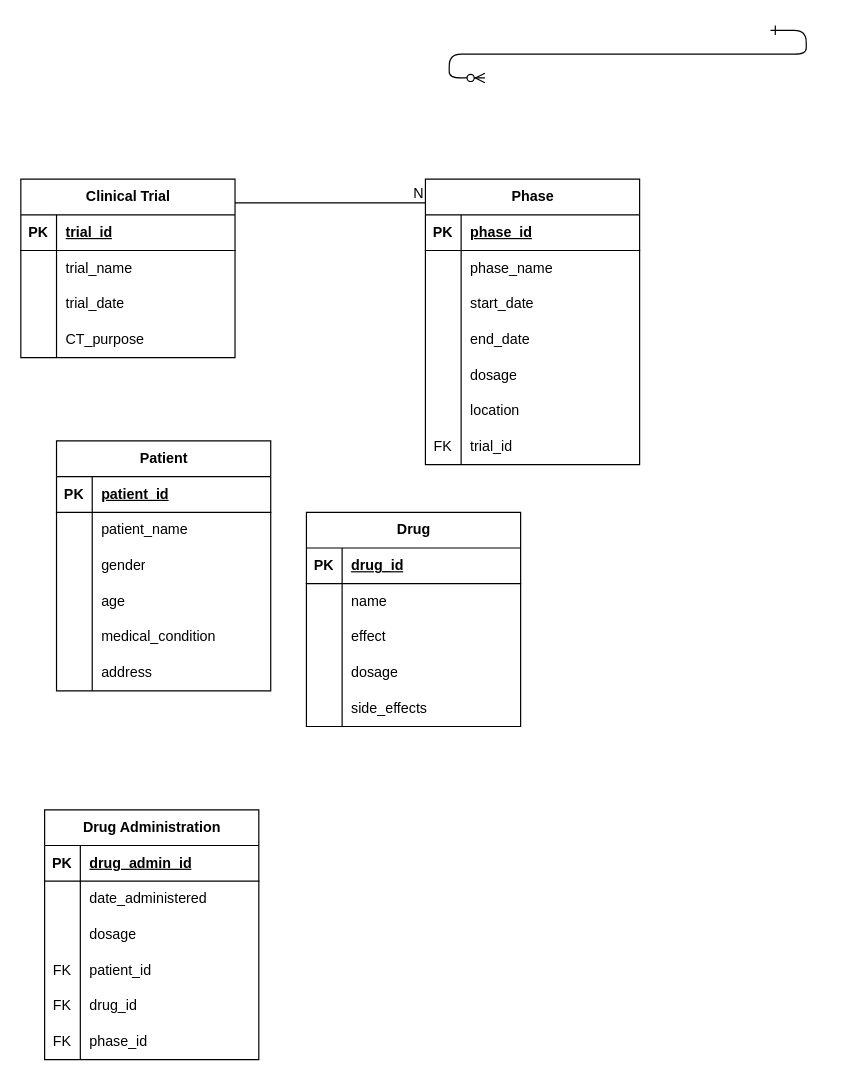
Daon312/githubtest keeps this draw.io diagram as 제목 없는 다이어그램.drawio. Above is the earlier version. Source tidied: cells renumbered, new cells numbered last; positions are measured from the earlier drawing's top-left corner, leaving out a move shared by most shapes. Both pictures are drawn from the tidied source at 119%, with x=0, y=0 at pixel (20, 30).
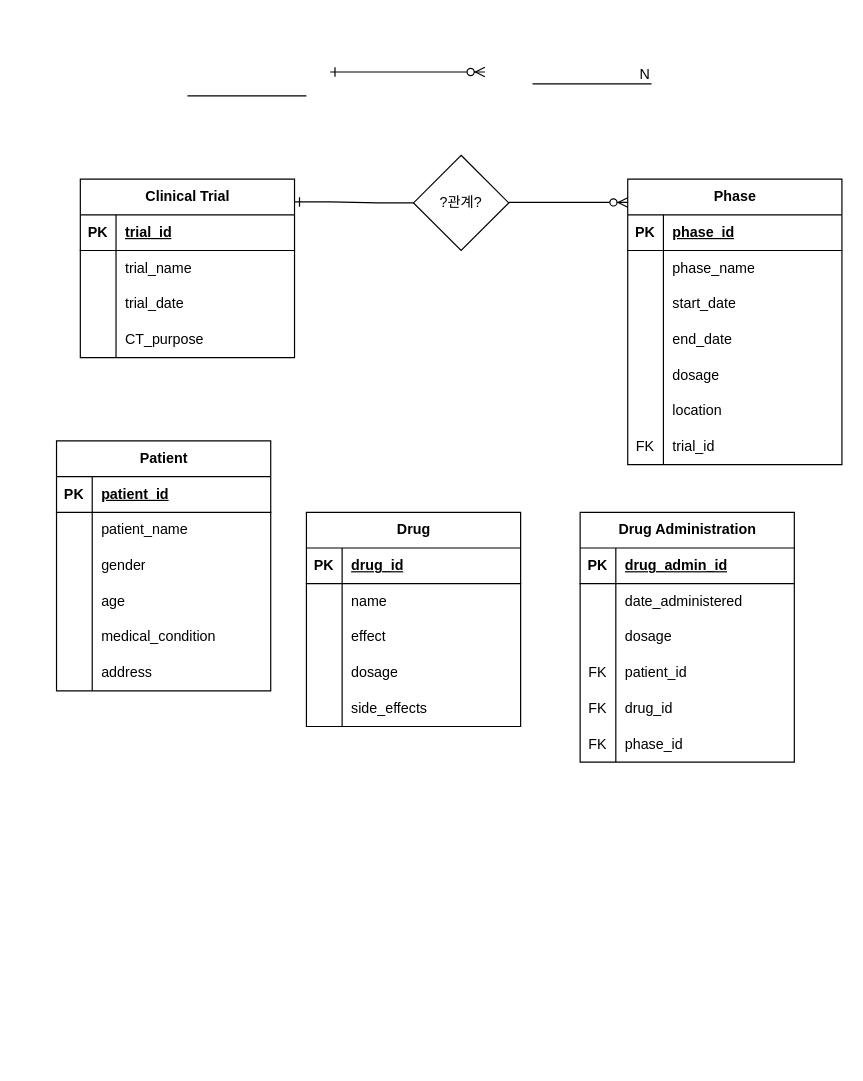
The same diagram, later.

Commit message:
제목 없는 다이어그램.drawio 업데이트

The edit, as a diff of the source:
```diff
@@
     <mxCell id="2" style="edgeStyle=entityRelationEdgeStyle;endArrow=ERzeroToMany;startArrow=ERone;endFill=1;startFill=0;" parent="1" edge="1">
       <mxGeometry relative="1" as="geometry">
-        <mxPoint x="630" as="sourcePoint" />
-        <mxPoint x="390" y="40" as="targetPoint" />
+        <mxPoint x="260" y="35" as="sourcePoint" />
+        <mxPoint x="390" y="35" as="targetPoint" />
       </mxGeometry>
     </mxCell>
     <mxCell id="3" value="Clinical Trial" style="shape=table;startSize=30;childLayout=tableLayout;rowLines=0;fontStyle=1;align=center;html=1;" parent="1" vertex="1">
-      <mxGeometry y="125" width="180" height="150" as="geometry" />
+      <mxGeometry x="50" y="125" width="180" height="150" as="geometry" />
     </mxCell>
@@
     <mxCell id="16" value="Phase" style="shape=table;startSize=30;childLayout=tableLayout;rowLines=0;fontStyle=1;align=center;html=1;" parent="1" vertex="1">
-      <mxGeometry x="340" y="125" width="180" height="240" as="geometry" />
+      <mxGeometry x="510" y="125" width="180" height="240" as="geometry" />
     </mxCell>
@@
     <mxCell id="73" value="Drug Administration" style="shape=table;startSize=30;childLayout=tableLayout;rowLines=0;fontStyle=1;align=center;html=1;" parent="1" vertex="1">
-      <mxGeometry x="20" y="655" width="180" height="210" as="geometry" />
+      <mxGeometry x="470" y="405" width="180" height="210" as="geometry" />
     </mxCell>
@@
     <mxCell id="92" style="endArrow=none;html=1;rounded=0;fontSize=12;startSize=8;endSize=8;curved=1;" parent="1" edge="1">
       <mxGeometry relative="1" as="geometry">
-        <mxPoint x="180" y="145" as="sourcePoint" />
-        <mxPoint x="340" y="145" as="targetPoint" />
+        <mxPoint x="430" y="45" as="sourcePoint" />
+        <mxPoint x="530" y="45" as="targetPoint" />
       </mxGeometry>
     </mxCell>
@@
+    <mxCell id="94" value="?관계?" style="rhombus;whiteSpace=wrap;html=1;" parent="1" vertex="1">
+      <mxGeometry x="330" y="105" width="80" height="80" as="geometry" />
+    </mxCell>
+    <mxCell id="95" style="endArrow=none;html=1;rounded=0;" parent="1" edge="1">
+      <mxGeometry relative="1" as="geometry">
+        <mxPoint x="140" y="55" as="sourcePoint" />
+        <mxPoint x="240" y="55" as="targetPoint" />
+      </mxGeometry>
+    </mxCell>
+    <mxCell id="96" style="edgeStyle=entityRelationEdgeStyle;fontSize=12;html=1;endArrow=ERzeroToMany;endFill=1;rounded=0;" parent="1" edge="1">
+      <mxGeometry relative="1" as="geometry">
+        <mxPoint x="410" y="144.6" as="sourcePoint" />
+        <mxPoint x="510" y="144.6" as="targetPoint" />
+      </mxGeometry>
+    </mxCell>
+    <mxCell id="97" style="edgeStyle=entityRelationEdgeStyle;fontSize=12;html=1;endArrow=ERone;endFill=1;rounded=0;entryX=1.001;entryY=0.128;entryDx=0;entryDy=0;entryPerimeter=0;" parent="1" edge="1" source="94" target="3">
+      <mxGeometry relative="1" as="geometry">
+        <Array as="points">
+          <mxPoint x="450" y="277.4" />
+        </Array>
+      </mxGeometry>
+    </mxCell>
```
